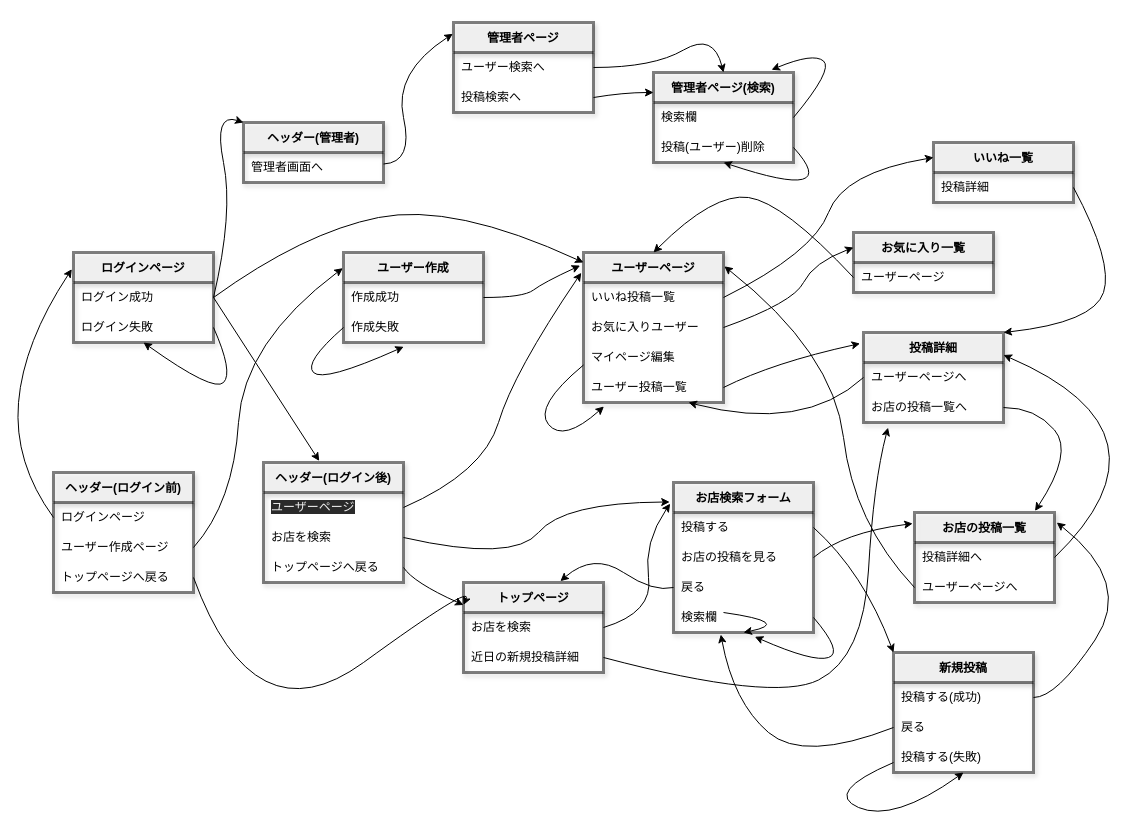
This is 画面遷移.dio from soratanaka/portfolio, a draw.io file, before an edit. Source tidied: cells renumbered, new cells numbered last; positions are measured from the earlier drawing's top-left corner, leaving out a move shared by most shapes. Both pictures are drawn from the tidied source at 100%, with x=0, y=0 at pixel (13, 22).
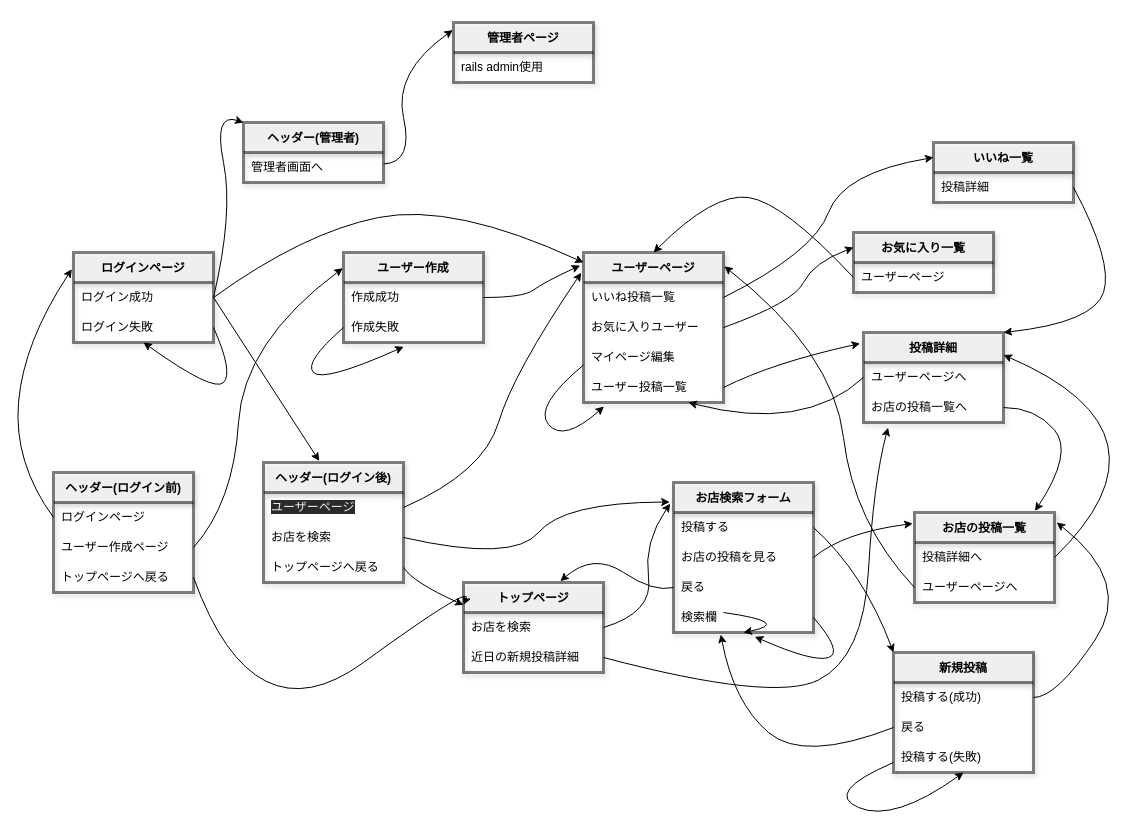
The same diagram, later.

Commit message (it also covers changes not shown here):
rails adminを使用するため一部変更

Unchanged cells that the change refers to:
```xml
<mxCell id="107" style="shape=partialRectangle;html=1;whiteSpace=wrap;fillColor=none;top=0;left=0;bottom=0;right=0;points=[[0,0.5],[1,0.5]];portConstraint=eastwest;shadow=1;strokeColor=default;strokeWidth=3;opacity=50;" parent="106" vertex="1">
  <mxGeometry y="30" width="140" height="30" as="geometry" />
</mxCell>
```

Diff of the diagram source:
```diff
@@
     <mxCell id="106" value="管理者ページ" style="shape=table;startSize=30;childLayout=tableLayout;rowLines=0;fontStyle=1;align=center;shadow=1;strokeColor=default;strokeWidth=3;opacity=50;" parent="1" vertex="1">
-      <mxGeometry x="440" width="140" height="90" as="geometry" />
+      <mxGeometry x="440" width="140" height="60" as="geometry" />
     </mxCell>
@@
-    <mxCell id="108" value="ユーザー検索へ" style="shape=partialRectangle;html=1;whiteSpace=wrap;fillColor=none;top=0;left=0;bottom=0;right=0;align=left;spacingLeft=6;overflow=hidden;shadow=1;strokeColor=default;strokeWidth=3;perimeterSpacing=3;opacity=50;" parent="107" vertex="1">
+    <mxCell id="108" value="rails admin使用" style="shape=partialRectangle;html=1;whiteSpace=wrap;fillColor=none;top=0;left=0;bottom=0;right=0;align=left;spacingLeft=6;overflow=hidden;shadow=1;strokeColor=default;strokeWidth=3;perimeterSpacing=3;opacity=50;" parent="107" vertex="1">
       <mxGeometry width="140" height="30" as="geometry" />
     </mxCell>
-    <mxCell id="109" style="shape=partialRectangle;html=1;whiteSpace=wrap;fillColor=none;top=0;left=0;bottom=0;right=0;points=[[0,0.5],[1,0.5]];portConstraint=eastwest;shadow=1;strokeColor=default;strokeWidth=3;opacity=50;" parent="106" vertex="1">
-      <mxGeometry y="60" width="140" height="30" as="geometry" />
-    </mxCell>
-    <mxCell id="110" value="投稿検索へ" style="shape=partialRectangle;html=1;whiteSpace=wrap;fillColor=none;top=0;left=0;bottom=0;right=0;align=left;spacingLeft=6;overflow=hidden;shadow=1;strokeColor=default;strokeWidth=3;opacity=50;" parent="109" vertex="1">
-      <mxGeometry width="140" height="30" as="geometry" />
-    </mxCell>
-    <mxCell id="111" value="管理者ページ(検索)" style="shape=table;startSize=30;childLayout=tableLayout;rowLines=0;fontStyle=1;align=center;shadow=1;strokeColor=default;strokeWidth=3;opacity=50;" parent="1" vertex="1">
-      <mxGeometry x="640" y="50" width="140" height="90" as="geometry" />
-    </mxCell>
-    <mxCell id="112" style="shape=partialRectangle;html=1;whiteSpace=wrap;fillColor=none;top=0;left=0;bottom=0;right=0;shadow=1;strokeColor=default;strokeWidth=3;opacity=50;" parent="111" vertex="1">
-      <mxGeometry y="30" width="140" height="30" as="geometry" />
-    </mxCell>
-    <mxCell id="113" value="検索欄" style="shape=partialRectangle;html=1;whiteSpace=wrap;fillColor=none;top=0;left=0;bottom=0;right=0;align=left;spacingLeft=6;overflow=hidden;shadow=1;strokeColor=default;strokeWidth=3;perimeterSpacing=3;opacity=50;" parent="112" vertex="1">
-      <mxGeometry width="140" height="30" as="geometry" />
-    </mxCell>
-    <mxCell id="114" style="shape=partialRectangle;html=1;whiteSpace=wrap;fillColor=none;top=0;left=0;bottom=0;right=0;points=[[0,0.5],[1,0.5]];portConstraint=eastwest;shadow=1;strokeColor=default;strokeWidth=3;opacity=50;" parent="111" vertex="1">
-      <mxGeometry y="60" width="140" height="30" as="geometry" />
-    </mxCell>
-    <mxCell id="115" value="投稿(ユーザー)削除" style="shape=partialRectangle;html=1;whiteSpace=wrap;fillColor=none;top=0;left=0;bottom=0;right=0;align=left;spacingLeft=6;overflow=hidden;shadow=1;strokeColor=default;strokeWidth=3;opacity=50;" parent="114" vertex="1">
-      <mxGeometry width="140" height="30" as="geometry" />
-    </mxCell>
-    <mxCell id="116" style="curved=1;endArrow=classic;html=1;exitX=1;exitY=0.5;exitDx=0;exitDy=0;entryX=0.5;entryY=1;entryDx=0;entryDy=0;" parent="111" edge="1" source="114" target="111">
-      <mxGeometry relative="1" as="geometry">
-        <Array as="points">
-          <mxPoint x="190" y="130" />
-        </Array>
-      </mxGeometry>
-    </mxCell>
@@
-    <mxCell id="119" style="curved=1;endArrow=classic;html=1;exitX=1;exitY=0.5;exitDx=0;exitDy=0;" parent="1" edge="1" source="109">
-      <mxGeometry relative="1" as="geometry">
-        <mxPoint x="640" y="70" as="targetPoint" />
-        <Array as="points">
-          <mxPoint x="610" y="70" />
-        </Array>
-      </mxGeometry>
-    </mxCell>
-    <mxCell id="120" style="curved=1;endArrow=classic;html=1;exitX=1;exitY=0.5;exitDx=0;exitDy=0;entryX=0.5;entryY=0;entryDx=0;entryDy=0;" parent="1" edge="1" source="107" target="111">
-      <mxGeometry relative="1" as="geometry">
-        <Array as="points">
-          <mxPoint x="640" y="45" />
-          <mxPoint x="700" y="10" />
-        </Array>
-      </mxGeometry>
-    </mxCell>
-    <mxCell id="121" style="curved=1;endArrow=classic;html=1;exitX=1;exitY=0.5;exitDx=0;exitDy=0;entryX=0.843;entryY=-0.03;entryDx=0;entryDy=0;entryPerimeter=0;" parent="1" edge="1" source="111" target="111">
-      <mxGeometry relative="1" as="geometry">
-        <Array as="points">
-          <mxPoint x="820" y="47" />
-          <mxPoint x="800" y="30" />
-        </Array>
-      </mxGeometry>
-    </mxCell>
```
